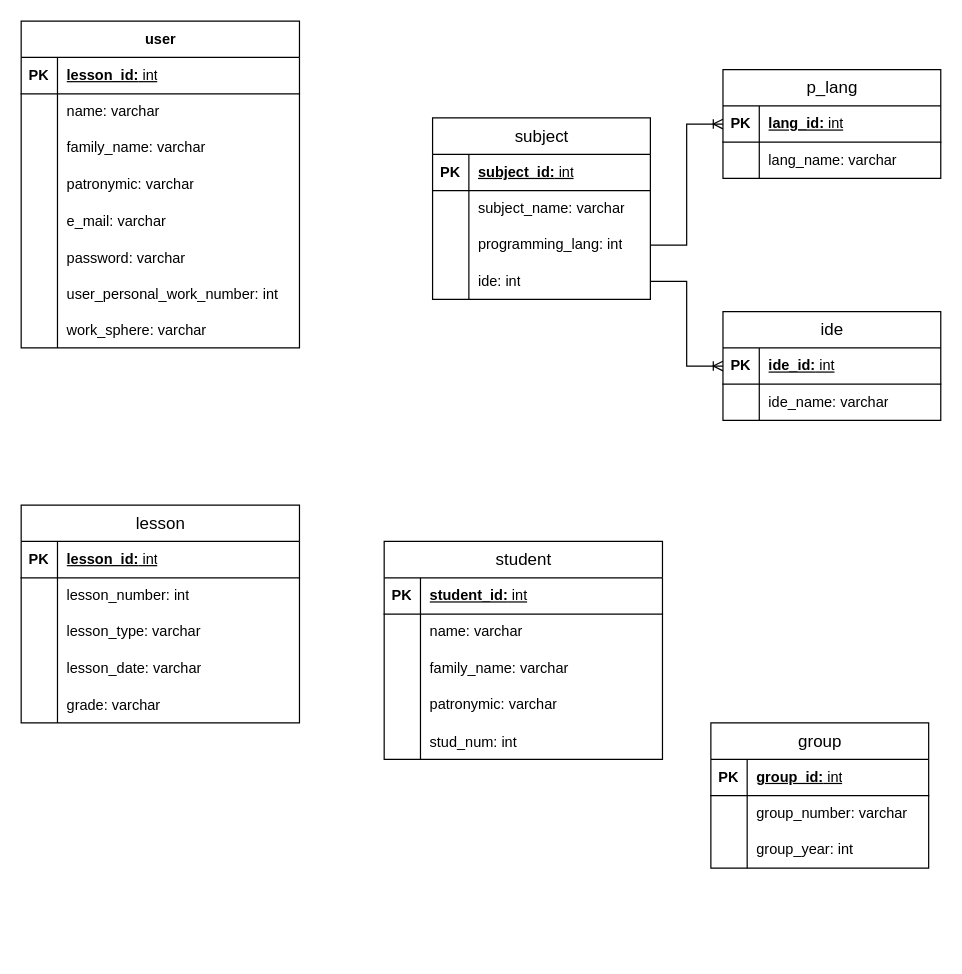
The draw.io diagram ERD_logical.drawio in PaulMatthewss/PP2, before the edit. Source tidied: cells renumbered, new cells numbered last; positions are measured from the earlier drawing's top-left corner, leaving out a move shared by most shapes. Both pictures are drawn from the tidied source at 121%, with x=0, y=0 at pixel (21, 21).
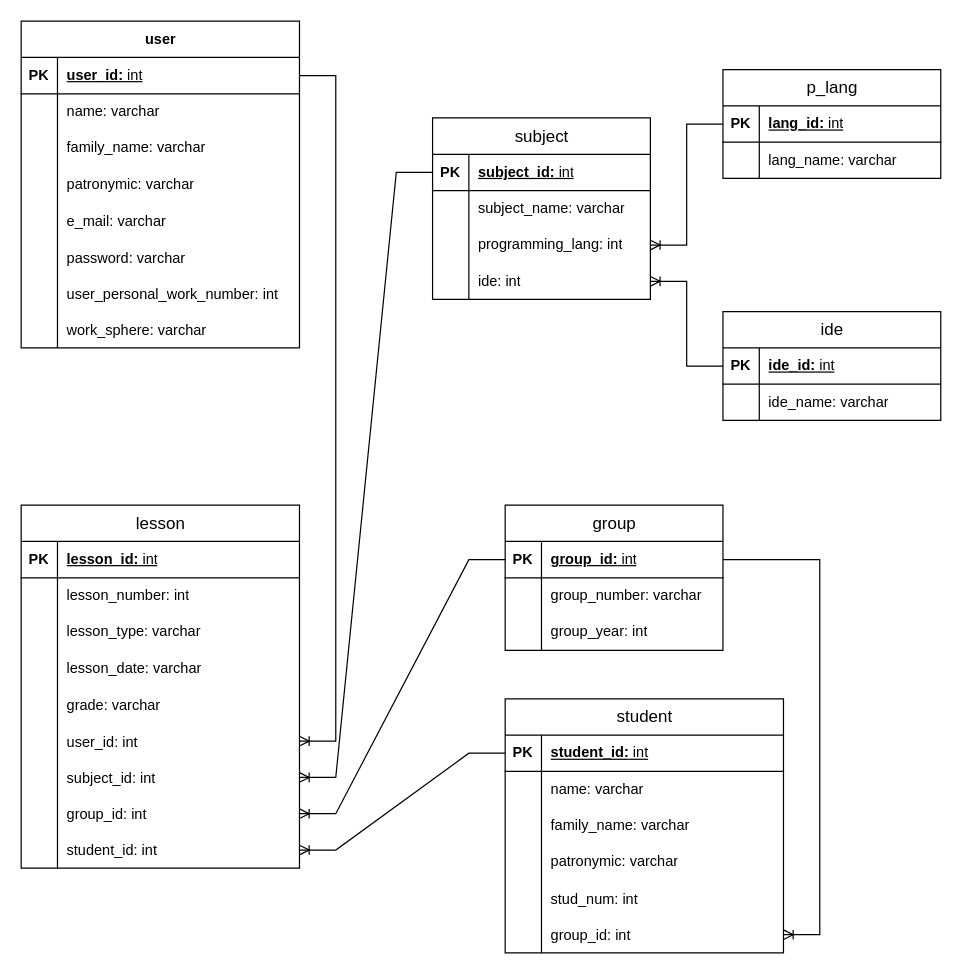
Above is the later version.

The change refers to these unchanged cells:
```xml
<mxCell id="5" style="shape=tableRow;horizontal=0;startSize=0;swimlaneHead=0;swimlaneBody=0;fillColor=none;points=[[0,0.5],[1,0.5]];portConstraint=eastwest;top=0;left=0;right=0;bottom=1;" parent="4" vertex="1">
  <mxGeometry y="30" width="230" height="30" as="geometry" />
</mxCell>
<mxCell id="30" style="shape=tableRow;horizontal=0;startSize=0;swimlaneHead=0;swimlaneBody=0;fillColor=none;points=[[0,0.5],[1,0.5]];portConstraint=eastwest;top=0;left=0;right=0;bottom=1;" parent="29" vertex="1">
  <mxGeometry y="30" width="180" height="30" as="geometry" />
</mxCell>
<mxCell id="36" style="shape=tableRow;horizontal=0;startSize=0;swimlaneHead=0;swimlaneBody=0;fillColor=none;points=[[0,0.5],[1,0.5]];portConstraint=eastwest;top=0;left=0;right=0;bottom=0;" parent="29" vertex="1">
  <mxGeometry y="90" width="180" height="30" as="geometry" />
</mxCell>
<mxCell id="39" style="shape=tableRow;horizontal=0;startSize=0;swimlaneHead=0;swimlaneBody=0;fillColor=none;points=[[0,0.5],[1,0.5]];portConstraint=eastwest;top=0;left=0;right=0;bottom=0;" parent="29" vertex="1">
  <mxGeometry y="120" width="180" height="30" as="geometry" />
</mxCell>
<mxCell id="42" value="&lt;span style=&quot;font-size: 14px; font-weight: 400; text-wrap: wrap;&quot;&gt;p_lang&lt;/span&gt;" style="shape=table;startSize=30;childLayout=tableLayout;rowLines=0;fontStyle=1;align=center;html=1;" parent="1" vertex="1">
  <mxGeometry x="580" y="40" width="180" height="90" as="geometry" />
</mxCell>
<mxCell id="49" value="&lt;span style=&quot;font-size: 14px; font-weight: 400; text-wrap: wrap;&quot;&gt;ide&lt;/span&gt;" style="shape=table;startSize=30;childLayout=tableLayout;rowLines=0;fontStyle=1;align=center;html=1;" parent="1" vertex="1">
  <mxGeometry x="580" y="240" width="180" height="90" as="geometry" />
</mxCell>
<mxCell id="57" style="shape=tableRow;horizontal=0;startSize=0;swimlaneHead=0;swimlaneBody=0;fillColor=none;points=[[0,0.5],[1,0.5]];portConstraint=eastwest;top=0;left=0;right=0;bottom=1;" parent="56" vertex="1">
  <mxGeometry y="30" width="180" height="30" as="geometry" />
</mxCell>
<mxCell id="67" style="shape=tableRow;horizontal=0;startSize=0;swimlaneHead=0;swimlaneBody=0;fillColor=none;points=[[0,0.5],[1,0.5]];portConstraint=eastwest;top=0;left=0;right=0;bottom=1;" parent="66" vertex="1">
  <mxGeometry y="30" width="230" height="30" as="geometry" />
</mxCell>
```

The edit, as a diff of the source:
```diff
@@
-    <mxCell id="2" style="edgeStyle=entityRelationEdgeStyle;fontSize=12;html=1;endArrow=ERoneToMany;rounded=0;" parent="1" edge="1" source="39" target="49">
+    <mxCell id="2" style="edgeStyle=entityRelationEdgeStyle;fontSize=12;html=1;endArrow=ERoneToMany;rounded=0;" parent="1" edge="1" source="49" target="39">
       <mxGeometry relative="1" as="geometry">
         <Array as="points">
-          <mxPoint x="596" y="750" />
+          <mxPoint x="556" y="795" />
         </Array>
       </mxGeometry>
     </mxCell>
-    <mxCell id="3" style="edgeStyle=entityRelationEdgeStyle;fontSize=12;html=1;endArrow=ERoneToMany;rounded=0;" parent="1" edge="1" source="36" target="42">
+    <mxCell id="3" style="edgeStyle=entityRelationEdgeStyle;fontSize=12;html=1;endArrow=ERoneToMany;rounded=0;" parent="1" edge="1" source="42" target="36">
       <mxGeometry relative="1" as="geometry">
         <Array as="points">
           <mxPoint x="490" y="610" />
           <mxPoint x="490" y="600" />
         </Array>
       </mxGeometry>
     </mxCell>
@@
-    <mxCell id="7" value="&lt;div style=&quot;font-weight: 400; text-wrap: nowrap;&quot;&gt;&lt;div&gt;&lt;span style=&quot;font-weight: 700; text-wrap: wrap;&quot;&gt;lesson_id:&lt;/span&gt;&amp;nbsp;int&lt;/div&gt;&lt;/div&gt;" style="shape=partialRectangle;fillColor=none;top=0;left=0;bottom=0;right=0;align=left;spacingLeft=6;fontStyle=5;overflow=hidden;whiteSpace=wrap;html=1;" parent="5" vertex="1">
+    <mxCell id="7" value="&lt;div style=&quot;font-weight: 400; text-wrap: nowrap;&quot;&gt;&lt;div&gt;&lt;span style=&quot;font-weight: 700; text-wrap: wrap;&quot;&gt;user_id:&lt;/span&gt;&amp;nbsp;int&lt;/div&gt;&lt;/div&gt;" style="shape=partialRectangle;fillColor=none;top=0;left=0;bottom=0;right=0;align=left;spacingLeft=6;fontStyle=5;overflow=hidden;whiteSpace=wrap;html=1;" parent="5" vertex="1">
       <mxGeometry x="30" width="200" height="30" as="geometry" />
     </mxCell>
@@
     <mxCell id="56" value="&lt;span style=&quot;font-size: 14px; font-weight: 400; text-wrap: wrap;&quot;&gt;group&lt;/span&gt;" style="shape=table;startSize=30;childLayout=tableLayout;rowLines=0;fontStyle=1;align=center;html=1;" parent="1" vertex="1">
-      <mxGeometry x="570" y="580" width="180" height="120" as="geometry" />
+      <mxGeometry x="400" y="400" width="180" height="120" as="geometry" />
     </mxCell>
@@
     <mxCell id="66" value="&lt;span style=&quot;font-size: 14px; font-weight: 400; text-wrap: wrap;&quot;&gt;student&lt;/span&gt;" style="shape=table;startSize=30;childLayout=tableLayout;rowLines=0;fontStyle=1;align=center;html=1;" parent="1" vertex="1">
-      <mxGeometry x="300" y="430" width="230" height="180" as="geometry" />
+      <mxGeometry x="400" y="560" width="230" height="210" as="geometry" />
     </mxCell>
@@
+    <mxCell id="98" style="shape=tableRow;horizontal=0;startSize=0;swimlaneHead=0;swimlaneBody=0;fillColor=none;points=[[0,0.5],[1,0.5]];portConstraint=eastwest;top=0;left=0;right=0;bottom=0;" parent="66" vertex="1">
+      <mxGeometry y="180" width="230" height="30" as="geometry" />
+    </mxCell>
+    <mxCell id="99" style="shape=partialRectangle;fillColor=none;top=0;left=0;bottom=0;right=0;overflow=hidden;" parent="98" vertex="1">
+      <mxGeometry width="30" height="30" as="geometry" />
+    </mxCell>
+    <mxCell id="100" value="group_id: int" style="shape=partialRectangle;fillColor=none;top=0;left=0;bottom=0;right=0;align=left;spacingLeft=6;overflow=hidden;" parent="98" vertex="1">
+      <mxGeometry x="30" width="200" height="30" as="geometry" />
+    </mxCell>
     <mxCell id="82" value="&lt;span style=&quot;font-size: 14px; font-weight: 400; text-wrap: wrap;&quot;&gt;lesson&lt;/span&gt;" style="shape=table;startSize=30;childLayout=tableLayout;rowLines=0;fontStyle=1;align=center;html=1;" parent="1" vertex="1">
-      <mxGeometry y="400" width="230" height="180" as="geometry" />
+      <mxGeometry y="400" width="230" height="300" as="geometry" />
     </mxCell>
@@
+    <mxCell id="101" style="shape=tableRow;horizontal=0;startSize=0;swimlaneHead=0;swimlaneBody=0;fillColor=none;points=[[0,0.5],[1,0.5]];portConstraint=eastwest;top=0;left=0;right=0;bottom=0;" parent="82" vertex="1">
+      <mxGeometry y="180" width="230" height="30" as="geometry" />
+    </mxCell>
+    <mxCell id="102" style="shape=partialRectangle;fillColor=none;top=0;left=0;bottom=0;right=0;overflow=hidden;" parent="101" vertex="1">
+      <mxGeometry width="30" height="30" as="geometry" />
+    </mxCell>
+    <mxCell id="103" value="user_id: int" style="shape=partialRectangle;fillColor=none;top=0;left=0;bottom=0;right=0;align=left;spacingLeft=6;overflow=hidden;" parent="101" vertex="1">
+      <mxGeometry x="30" width="200" height="30" as="geometry" />
+    </mxCell>
+    <mxCell id="104" style="shape=tableRow;horizontal=0;startSize=0;swimlaneHead=0;swimlaneBody=0;fillColor=none;points=[[0,0.5],[1,0.5]];portConstraint=eastwest;top=0;left=0;right=0;bottom=0;" parent="82" vertex="1">
+      <mxGeometry y="210" width="230" height="30" as="geometry" />
+    </mxCell>
+    <mxCell id="105" style="shape=partialRectangle;fillColor=none;top=0;left=0;bottom=0;right=0;overflow=hidden;" parent="104" vertex="1">
+      <mxGeometry width="30" height="30" as="geometry" />
+    </mxCell>
+    <mxCell id="106" value="subject_id: int" style="shape=partialRectangle;fillColor=none;top=0;left=0;bottom=0;right=0;align=left;spacingLeft=6;overflow=hidden;" parent="104" vertex="1">
+      <mxGeometry x="30" width="200" height="30" as="geometry" />
+    </mxCell>
+    <mxCell id="107" style="shape=tableRow;horizontal=0;startSize=0;swimlaneHead=0;swimlaneBody=0;fillColor=none;points=[[0,0.5],[1,0.5]];portConstraint=eastwest;top=0;left=0;right=0;bottom=0;" parent="82" vertex="1">
+      <mxGeometry y="240" width="230" height="30" as="geometry" />
+    </mxCell>
+    <mxCell id="108" style="shape=partialRectangle;fillColor=none;top=0;left=0;bottom=0;right=0;overflow=hidden;" parent="107" vertex="1">
+      <mxGeometry width="30" height="30" as="geometry" />
+    </mxCell>
+    <mxCell id="109" value="group_id: int" style="shape=partialRectangle;fillColor=none;top=0;left=0;bottom=0;right=0;align=left;spacingLeft=6;overflow=hidden;" parent="107" vertex="1">
+      <mxGeometry x="30" width="200" height="30" as="geometry" />
+    </mxCell>
+    <mxCell id="110" style="shape=tableRow;horizontal=0;startSize=0;swimlaneHead=0;swimlaneBody=0;fillColor=none;points=[[0,0.5],[1,0.5]];portConstraint=eastwest;top=0;left=0;right=0;bottom=0;" parent="82" vertex="1">
+      <mxGeometry y="270" width="230" height="30" as="geometry" />
+    </mxCell>
+    <mxCell id="111" style="shape=partialRectangle;fillColor=none;top=0;left=0;bottom=0;right=0;overflow=hidden;" parent="110" vertex="1">
+      <mxGeometry width="30" height="30" as="geometry" />
+    </mxCell>
+    <mxCell id="112" value="student_id: int" style="shape=partialRectangle;fillColor=none;top=0;left=0;bottom=0;right=0;align=left;spacingLeft=6;overflow=hidden;" parent="110" vertex="1">
+      <mxGeometry x="30" width="200" height="30" as="geometry" />
+    </mxCell>
+    <mxCell id="113" style="edgeStyle=entityRelationEdgeStyle;fontSize=12;html=1;endArrow=ERoneToMany;rounded=0;" parent="1" edge="1" source="5" target="101">
+      <mxGeometry relative="1" as="geometry">
+        <Array as="points">
+          <mxPoint x="336" y="840" />
+        </Array>
+      </mxGeometry>
+    </mxCell>
+    <mxCell id="114" style="edgeStyle=entityRelationEdgeStyle;fontSize=12;html=1;endArrow=ERoneToMany;rounded=0;" parent="1" edge="1" source="57" target="98">
+      <mxGeometry relative="1" as="geometry" />
+    </mxCell>
+    <mxCell id="115" style="edgeStyle=entityRelationEdgeStyle;fontSize=12;html=1;endArrow=ERoneToMany;rounded=0;" parent="1" edge="1" source="30" target="104">
+      <mxGeometry relative="1" as="geometry">
+        <Array as="points">
+          <mxPoint x="346" y="850" />
+        </Array>
+      </mxGeometry>
+    </mxCell>
+    <mxCell id="116" style="edgeStyle=entityRelationEdgeStyle;fontSize=12;html=1;endArrow=ERoneToMany;rounded=0;" parent="1" edge="1" source="57" target="107">
+      <mxGeometry relative="1" as="geometry" />
+    </mxCell>
+    <mxCell id="117" style="edgeStyle=entityRelationEdgeStyle;fontSize=12;html=1;endArrow=ERoneToMany;rounded=0;" parent="1" edge="1" source="67" target="110">
+      <mxGeometry relative="1" as="geometry" />
+    </mxCell>
```
